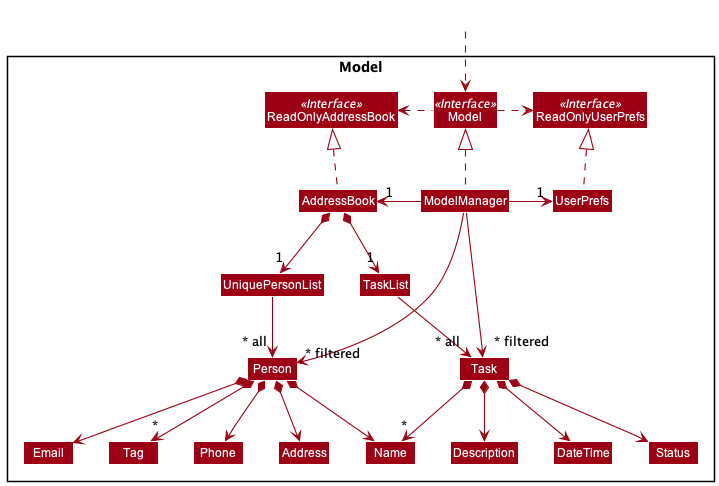
Before: docs/images/ModelClassDiagram.png, a diagram exported from PlantUML (tsy24/tp). Its source is kept beside it as docs/diagrams/ModelClassDiagram.puml. The source it was exported from:
```plantuml
@startuml
!include style.puml
skinparam arrowThickness 1.1
skinparam arrowColor MODEL_COLOR
skinparam classBackgroundColor MODEL_COLOR

Package Model <<Rectangle>>{
Interface ReadOnlyAddressBook <<Interface>>
Interface ReadOnlyUserPrefs <<Interface>>
Interface Model <<Interface>>
Class AddressBook
Class ReadOnlyAddressBook
Class Model
Class ModelManager
Class UserPrefs
Class ReadOnlyUserPrefs


Class UniquePersonList
Class Person
Class Address
Class Email
Class Name
Class Phone
Class Tag

Class TaskList
Class Task
Class Description
Class DateTime
Class Status
}

Class HiddenOutside #FFFFFF
HiddenOutside ..> Model

AddressBook .up.|> ReadOnlyAddressBook

ModelManager .up.|> Model
Model .right.> ReadOnlyUserPrefs
Model .left.> ReadOnlyAddressBook
ModelManager -left-> "1" AddressBook
ModelManager -right-> "1" UserPrefs
UserPrefs .up.|> ReadOnlyUserPrefs

AddressBook *--> "1" UniquePersonList
UniquePersonList --> "~* all" Person
Person *--> Name
Person *--> Phone
Person *--> Email
Person *--> Address
Person *--> "*" Tag

AddressBook *--> "1" TaskList
TaskList --> "~* all" Task
Task *--> Description
Task *--> DateTime
Task *--> Status
Task *--> "*" Name

Name -[hidden]right-> Phone
Phone -[hidden]right-> Address
Address -[hidden]right-> Email

ModelManager -->"~* filtered" Person
ModelManager -->"~* filtered" Task
@enduml
```
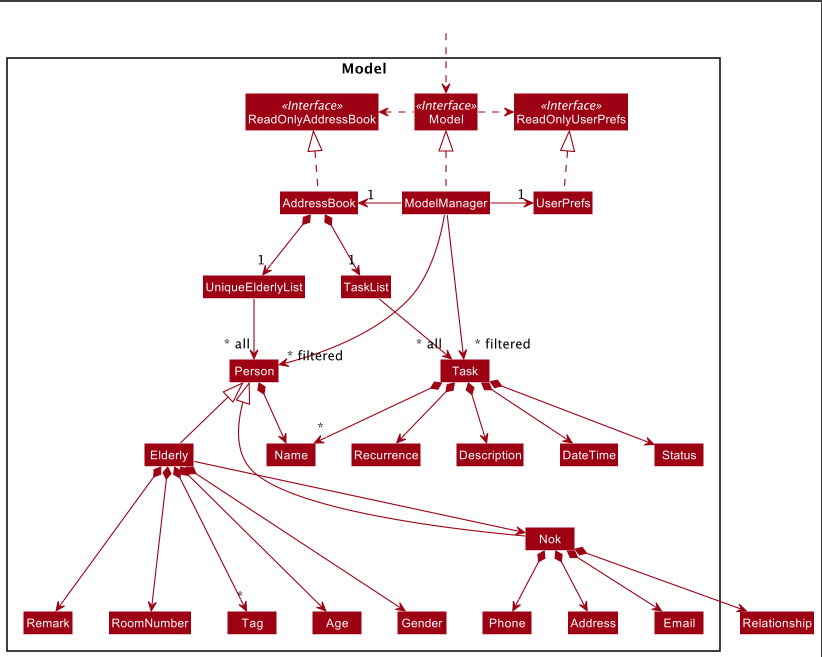
The same file after the commit.

Change to the diagram source:
```diff
@@ -16,12 +16,19 @@
 Class ReadOnlyUserPrefs
 
 
-Class UniquePersonList
+Class UniqueElderlyList
 Class Person
+Class Elderly
+Class Nok
+Class Phone
+
+Class Age
+Class Gender
+Class Remark
+Class RoomNumber
+Class Email
 Class Address
-Class Email
 Class Name
-Class Phone
 Class Tag
 
 Class TaskList
@@ -29,6 +36,7 @@
 Class Description
 Class DateTime
 Class Status
+Class Recurrence
 }
 
 Class HiddenOutside #FFFFFF
@@ -43,24 +51,33 @@
 ModelManager -right-> "1" UserPrefs
 UserPrefs .up.|> ReadOnlyUserPrefs
 
-AddressBook *--> "1" UniquePersonList
-UniquePersonList --> "~* all" Person
+AddressBook *--> "1" UniqueElderlyList
+UniqueElderlyList --> "~* all" Person
 Person *--> Name
-Person *--> Phone
-Person *--> Email
-Person *--> Address
-Person *--> "*" Tag
+Elderly -up-|> Person
+Nok --|> Person
+Elderly *---> "*" Tag
+Elderly *---> Age
+Elderly *---> Gender
+Elderly *---> RoomNumber
+Elderly *---> Remark
+Elderly --> Nok
+Nok *--> Phone
+Nok *--> Email
+Nok *--> Address
+Nok *--> Relationship
 
 AddressBook *--> "1" TaskList
 TaskList --> "~* all" Task
 Task *--> Description
 Task *--> DateTime
 Task *--> Status
+Task *--> Recurrence
 Task *--> "*" Name
 
-Name -[hidden]right-> Phone
 Phone -[hidden]right-> Address
-Address -[hidden]right-> Email
+Address -[hidden]left-> Email
+Relationship -[hidden]right-> Phone
 
 ModelManager -->"~* filtered" Person
 ModelManager -->"~* filtered" Task
```
